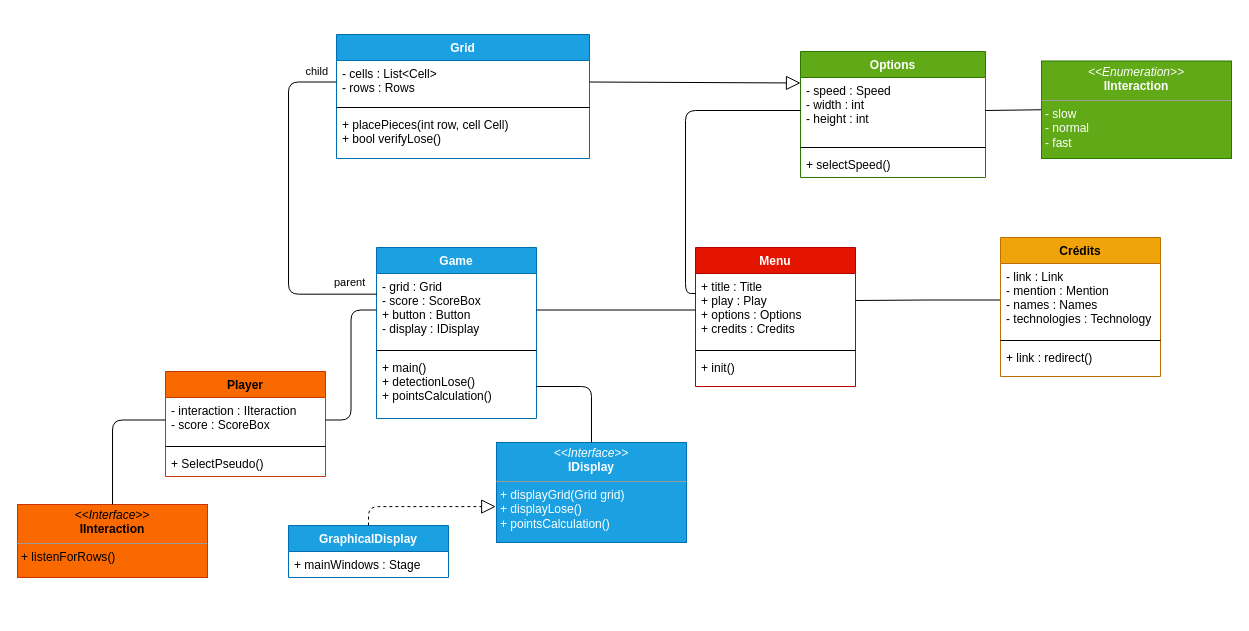
Earlier version of the draw.io diagram Tetris Diagram.drawio (Flodagnas/Tetris). Source tidied: cells renumbered, new cells numbered last; positions are measured from the earlier drawing's top-left corner, leaving out a move shared by most shapes. Both pictures are drawn from the tidied source at 100%, with x=0, y=0 at pixel (17, 34).
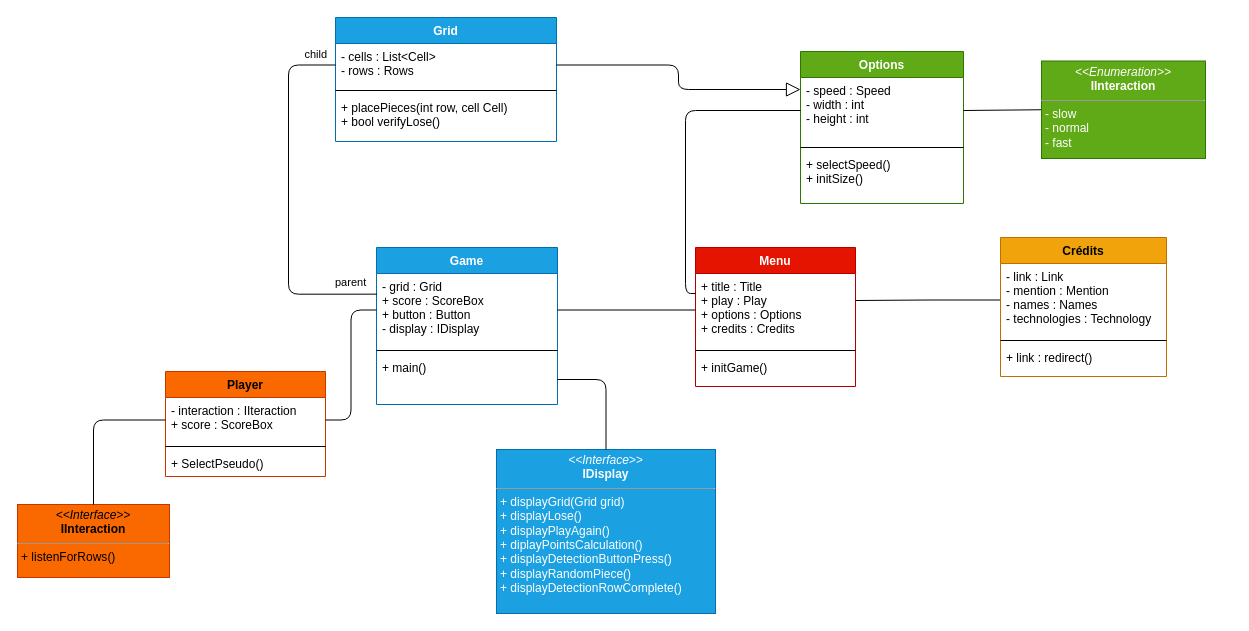
Above is the later version.

The change refers to these unchanged cells:
```xml
<mxCell id="2" value="Menu" style="swimlane;fontStyle=1;align=center;verticalAlign=top;horizontal=1;startSize=26;fontSize=12;fillColor=#e51400;strokeColor=#B20000;fontColor=#ffffff;" parent="1" vertex="1">
  <mxGeometry x="678" y="213" width="160" height="139" as="geometry" />
</mxCell>
<mxCell id="36" value="Player" style="swimlane;fontStyle=1;align=center;verticalAlign=top;horizontal=1;startSize=26;fillColor=#fa6800;strokeColor=#C73500;fontColor=#000000;" parent="1" vertex="1">
  <mxGeometry x="148" y="337" width="160" height="105" as="geometry" />
</mxCell>
```

The edit, as a diff of the source:
```diff
@@
-    <mxCell id="5" value="+ init()" style="text;strokeColor=none;fillColor=none;align=left;verticalAlign=top;spacingLeft=4;spacingRight=4;overflow=hidden;fontSize=12;" parent="2" vertex="1">
+    <mxCell id="5" value="+ initGame()" style="text;strokeColor=none;fillColor=none;align=left;verticalAlign=top;spacingLeft=4;spacingRight=4;overflow=hidden;fontSize=12;" parent="2" vertex="1">
       <mxGeometry y="107" width="160" height="32" as="geometry" />
     </mxCell>
     <mxCell id="6" value="Game" style="swimlane;fontStyle=1;align=center;verticalAlign=top;horizontal=1;startSize=26;fontSize=12;fillColor=#1ba1e2;strokeColor=#006EAF;fontColor=#ffffff;" parent="1" vertex="1">
-      <mxGeometry x="359" y="213" width="160" height="171" as="geometry" />
+      <mxGeometry x="359" y="213" width="181" height="157" as="geometry" />
     </mxCell>
-    <mxCell id="7" value="- grid : Grid&#10;- score : ScoreBox&#10;+ button : Button&#10;- display : IDisplay" style="text;strokeColor=none;fillColor=none;align=left;verticalAlign=top;spacingLeft=4;spacingRight=4;overflow=hidden;points=[[0,0.5],[1,0.5]];portConstraint=eastwest;fontSize=12;" parent="6" vertex="1">
-      <mxGeometry y="26" width="160" height="73" as="geometry" />
+    <mxCell id="7" value="- grid : Grid&#10;+ score : ScoreBox&#10;+ button : Button&#10;- display : IDisplay" style="text;strokeColor=none;fillColor=none;align=left;verticalAlign=top;spacingLeft=4;spacingRight=4;overflow=hidden;points=[[0,0.5],[1,0.5]];portConstraint=eastwest;fontSize=12;" parent="6" vertex="1">
+      <mxGeometry y="26" width="181" height="73" as="geometry" />
     </mxCell>
     <mxCell id="8" style="line;strokeWidth=1;fillColor=none;align=left;verticalAlign=middle;spacingTop=-1;spacingLeft=3;spacingRight=3;labelPosition=right;fontSize=12;" parent="6" vertex="1">
-      <mxGeometry y="99" width="160" height="8" as="geometry" />
+      <mxGeometry y="99" width="181" height="8" as="geometry" />
     </mxCell>
-    <mxCell id="9" value="+ main()&#10;+ detectionLose()&#10;+ pointsCalculation()" style="text;strokeColor=none;fillColor=none;align=left;verticalAlign=top;spacingLeft=4;spacingRight=4;overflow=hidden;points=[[0,0.5],[1,0.5]];portConstraint=eastwest;fontSize=12;" parent="6" vertex="1">
-      <mxGeometry y="107" width="160" height="64" as="geometry" />
+    <mxCell id="9" value="+ main()" style="text;strokeColor=none;fillColor=none;align=left;verticalAlign=top;spacingLeft=4;spacingRight=4;overflow=hidden;points=[[0,0.5],[1,0.5]];portConstraint=eastwest;fontSize=12;" parent="6" vertex="1">
+      <mxGeometry y="107" width="181" height="50" as="geometry" />
     </mxCell>
     <mxCell id="10" value="Options" style="swimlane;fontStyle=1;align=center;verticalAlign=top;horizontal=1;startSize=26;fontSize=12;fillColor=#60a917;strokeColor=#2D7600;fontColor=#ffffff;" parent="1" vertex="1">
-      <mxGeometry x="783" y="17" width="185" height="126" as="geometry" />
+      <mxGeometry x="783" y="17" width="163" height="152" as="geometry" />
     </mxCell>
     <mxCell id="11" value="- speed : Speed&#10;- width : int&#10;- height : int" style="text;strokeColor=none;fillColor=none;align=left;verticalAlign=top;spacingLeft=4;spacingRight=4;overflow=hidden;points=[[0,0.5],[1,0.5]];portConstraint=eastwest;fontSize=12;" parent="10" vertex="1">
-      <mxGeometry y="26" width="185" height="66" as="geometry" />
+      <mxGeometry y="26" width="163" height="66" as="geometry" />
     </mxCell>
     <mxCell id="12" style="line;strokeWidth=1;fillColor=none;align=left;verticalAlign=middle;spacingTop=-1;spacingLeft=3;spacingRight=3;labelPosition=right;fontSize=12;" parent="10" vertex="1">
-      <mxGeometry y="92" width="185" height="8" as="geometry" />
+      <mxGeometry y="92" width="163" height="8" as="geometry" />
     </mxCell>
-    <mxCell id="13" value="+ selectSpeed()" style="text;strokeColor=none;fillColor=none;align=left;verticalAlign=top;spacingLeft=4;spacingRight=4;overflow=hidden;fontSize=12;" parent="10" vertex="1">
-      <mxGeometry y="100" width="185" height="26" as="geometry" />
+    <mxCell id="13" value="+ selectSpeed()&#10;+ initSize()" style="text;strokeColor=none;fillColor=none;align=left;verticalAlign=top;spacingLeft=4;spacingRight=4;overflow=hidden;fontSize=12;" parent="10" vertex="1">
+      <mxGeometry y="100" width="163" height="52" as="geometry" />
     </mxCell>
@@
     <mxCell id="15" value="&lt;p style=&quot;margin: 0px ; margin-top: 4px ; text-align: center&quot;&gt;&lt;i&gt;&amp;lt;&amp;lt;Enumeration&amp;gt;&amp;gt;&lt;/i&gt;&lt;br&gt;&lt;b&gt;IInteraction&lt;/b&gt;&lt;/p&gt;&lt;hr size=&quot;1&quot;&gt;&lt;p style=&quot;margin: 0px ; margin-left: 4px&quot;&gt;- slow&lt;/p&gt;&lt;p style=&quot;margin: 0px ; margin-left: 4px&quot;&gt;- normal&lt;/p&gt;&lt;p style=&quot;margin: 0px ; margin-left: 4px&quot;&gt;- fast&lt;/p&gt;&lt;p style=&quot;margin: 0px ; margin-left: 4px&quot;&gt;&lt;br&gt;&lt;/p&gt;" style="verticalAlign=top;align=left;overflow=fill;fontSize=12;fontFamily=Helvetica;html=1;fillColor=#60a917;strokeColor=#2D7600;fontColor=#ffffff;" parent="1" vertex="1">
-      <mxGeometry x="1024" y="26.5" width="190" height="97.5" as="geometry" />
+      <mxGeometry x="1024" y="26.5" width="164" height="97.5" as="geometry" />
     </mxCell>
-    <mxCell id="16" value="&lt;p style=&quot;margin: 0px ; margin-top: 4px ; text-align: center&quot;&gt;&lt;i&gt;&amp;lt;&amp;lt;Interface&amp;gt;&amp;gt;&lt;/i&gt;&lt;br&gt;&lt;b&gt;IDisplay&lt;/b&gt;&lt;/p&gt;&lt;hr size=&quot;1&quot;&gt;&lt;p style=&quot;margin: 0px ; margin-left: 4px&quot;&gt;&lt;/p&gt;&lt;p style=&quot;margin: 0px ; margin-left: 4px&quot;&gt;+ displayGrid(Grid grid)&lt;/p&gt;&lt;p style=&quot;margin: 0px ; margin-left: 4px&quot;&gt;+ d&lt;span&gt;isplayLose()&lt;/span&gt;&lt;/p&gt;&lt;p style=&quot;margin: 0px ; margin-left: 4px&quot;&gt;&lt;span&gt;+ pointsCalculation()&lt;/span&gt;&lt;/p&gt;" style="verticalAlign=top;align=left;overflow=fill;fontSize=12;fontFamily=Helvetica;html=1;fillColor=#1ba1e2;strokeColor=#006EAF;fontColor=#ffffff;" parent="1" vertex="1">
-      <mxGeometry x="479" y="408" width="190" height="100" as="geometry" />
+    <mxCell id="16" value="&lt;p style=&quot;margin: 0px ; margin-top: 4px ; text-align: center&quot;&gt;&lt;i&gt;&amp;lt;&amp;lt;Interface&amp;gt;&amp;gt;&lt;/i&gt;&lt;br&gt;&lt;b&gt;IDisplay&lt;/b&gt;&lt;/p&gt;&lt;hr size=&quot;1&quot;&gt;&lt;p style=&quot;margin: 0px ; margin-left: 4px&quot;&gt;&lt;/p&gt;&lt;p style=&quot;margin: 0px ; margin-left: 4px&quot;&gt;&lt;span&gt;+ displayGrid(Grid grid)&lt;/span&gt;&lt;br&gt;&lt;/p&gt;&lt;p style=&quot;margin: 0px ; margin-left: 4px&quot;&gt;+ d&lt;span&gt;isplayLose()&lt;/span&gt;&lt;/p&gt;&lt;p style=&quot;margin: 0px ; margin-left: 4px&quot;&gt;&lt;span&gt;+ displayPlayAgain()&lt;/span&gt;&lt;/p&gt;&lt;p style=&quot;margin: 0px ; margin-left: 4px&quot;&gt;&lt;span&gt;+ diplayPointsCalculation()&lt;/span&gt;&lt;/p&gt;&lt;p style=&quot;margin: 0px ; margin-left: 4px&quot;&gt;&lt;span&gt;+ displayDetectionButtonPress()&lt;/span&gt;&lt;/p&gt;&lt;p style=&quot;margin: 0px ; margin-left: 4px&quot;&gt;&lt;span&gt;+ displayRandomPiece()&lt;/span&gt;&lt;/p&gt;&lt;p style=&quot;margin: 0px ; margin-left: 4px&quot;&gt;+ displayDetectionRowComplete()&lt;/p&gt;" style="verticalAlign=top;align=left;overflow=fill;fontSize=12;fontFamily=Helvetica;html=1;fillColor=#1ba1e2;strokeColor=#006EAF;fontColor=#ffffff;" parent="1" vertex="1">
+      <mxGeometry x="479" y="415" width="219" height="164" as="geometry" />
     </mxCell>
-    <mxCell id="17" value="GraphicalDisplay" style="swimlane;fontStyle=1;align=center;verticalAlign=top;horizontal=1;startSize=26;fillColor=#1ba1e2;strokeColor=#006EAF;fontColor=#ffffff;" parent="1" vertex="1">
-      <mxGeometry x="271" y="491" width="160" height="52" as="geometry" />
-    </mxCell>
-    <mxCell id="18" value="+ mainWindows : Stage" style="text;strokeColor=none;fillColor=none;align=left;verticalAlign=top;spacingLeft=4;spacingRight=4;overflow=hidden;" parent="17" vertex="1">
-      <mxGeometry y="26" width="160" height="26" as="geometry" />
-    </mxCell>
     <mxCell id="19" value="Grid" style="swimlane;fontStyle=1;align=center;verticalAlign=top;horizontal=1;startSize=26;fillColor=#1ba1e2;strokeColor=#006EAF;fontColor=#ffffff;" parent="1" vertex="1">
-      <mxGeometry x="319" width="253" height="124" as="geometry" />
+      <mxGeometry x="318" y="-17" width="221" height="124" as="geometry" />
     </mxCell>
     <mxCell id="20" value="- cells : List&lt;Cell&gt;&#10;- rows : Rows" style="text;strokeColor=none;fillColor=none;align=left;verticalAlign=top;spacingLeft=4;spacingRight=4;overflow=hidden;points=[[0,0.5],[1,0.5]];portConstraint=eastwest;" parent="19" vertex="1">
-      <mxGeometry y="26" width="253" height="43" as="geometry" />
+      <mxGeometry y="26" width="221" height="43" as="geometry" />
     </mxCell>
     <mxCell id="21" style="line;strokeWidth=1;fillColor=none;align=left;verticalAlign=middle;spacingTop=-1;spacingLeft=3;spacingRight=3;labelPosition=right;" parent="19" vertex="1">
-      <mxGeometry y="69" width="253" height="8" as="geometry" />
+      <mxGeometry y="69" width="221" height="8" as="geometry" />
     </mxCell>
     <mxCell id="22" value="+ placePieces(int row, cell Cell)&#10;+ bool verifyLose()" style="text;strokeColor=none;fillColor=none;align=left;verticalAlign=top;spacingLeft=4;spacingRight=4;overflow=hidden;" parent="19" vertex="1">
-      <mxGeometry y="77" width="253" height="47" as="geometry" />
+      <mxGeometry y="77" width="221" height="47" as="geometry" />
     </mxCell>
@@
     <mxCell id="28" value="&lt;p style=&quot;margin: 0px ; margin-top: 4px ; text-align: center&quot;&gt;&lt;i&gt;&amp;lt;&amp;lt;Interface&amp;gt;&amp;gt;&lt;/i&gt;&lt;br&gt;&lt;b&gt;IInteraction&lt;/b&gt;&lt;/p&gt;&lt;hr size=&quot;1&quot;&gt;&lt;p style=&quot;margin: 0px ; margin-left: 4px&quot;&gt;&lt;/p&gt;&lt;p style=&quot;margin: 0px ; margin-left: 4px&quot;&gt;+ listenForRows&lt;span&gt;()&lt;/span&gt;&lt;/p&gt;" style="verticalAlign=top;align=left;overflow=fill;fontSize=12;fontFamily=Helvetica;html=1;fillColor=#fa6800;strokeColor=#C73500;fontColor=#000000;" parent="1" vertex="1">
-      <mxGeometry y="470" width="190" height="73" as="geometry" />
+      <mxGeometry y="470" width="152" height="73" as="geometry" />
     </mxCell>
-    <mxCell id="29" style="endArrow=block;dashed=1;endFill=0;endSize=12;html=1;entryX=-0.004;entryY=0.641;entryDx=0;entryDy=0;exitX=0.5;exitY=0;exitDx=0;exitDy=0;edgeStyle=orthogonalEdgeStyle;entryPerimeter=0;" parent="1" edge="1" source="17" target="16">
-      <mxGeometry relative="1" as="geometry" />
-    </mxCell>
-    <mxCell id="30" style="endArrow=block;endFill=0;endSize=12;html=1;exitX=1;exitY=0.5;exitDx=0;exitDy=0;entryX=0;entryY=0.25;entryDx=0;entryDy=0;" parent="1" edge="1" source="20" target="10">
+    <mxCell id="30" style="endArrow=block;endFill=0;endSize=12;html=1;exitX=1;exitY=0.5;exitDx=0;exitDy=0;entryX=0;entryY=0.25;entryDx=0;entryDy=0;edgeStyle=orthogonalEdgeStyle;" parent="1" edge="1" source="20" target="10">
       <mxGeometry relative="1" as="geometry" />
     </mxCell>
@@
     <mxCell id="32" value="Crédits" style="swimlane;fontStyle=1;align=center;verticalAlign=top;horizontal=1;startSize=26;fontSize=12;fillColor=#f0a30a;strokeColor=#BD7000;fontColor=#000000;" parent="1" vertex="1">
-      <mxGeometry x="983" y="203" width="160" height="139" as="geometry" />
+      <mxGeometry x="983" y="203" width="166" height="139" as="geometry" />
     </mxCell>
     <mxCell id="33" value="- link : Link&#10;- mention : Mention&#10;- names : Names&#10;- technologies : Technology" style="text;strokeColor=none;fillColor=none;align=left;verticalAlign=top;spacingLeft=4;spacingRight=4;overflow=hidden;points=[[0,0.5],[1,0.5]];portConstraint=eastwest;fontSize=12;" parent="32" vertex="1">
-      <mxGeometry y="26" width="160" height="73" as="geometry" />
+      <mxGeometry y="26" width="166" height="73" as="geometry" />
     </mxCell>
     <mxCell id="34" style="line;strokeWidth=1;fillColor=none;align=left;verticalAlign=middle;spacingTop=-1;spacingLeft=3;spacingRight=3;labelPosition=right;fontSize=12;" parent="32" vertex="1">
-      <mxGeometry y="99" width="160" height="8" as="geometry" />
+      <mxGeometry y="99" width="166" height="8" as="geometry" />
     </mxCell>
     <mxCell id="35" value="+ link : redirect()" style="text;strokeColor=none;fillColor=none;align=left;verticalAlign=top;spacingLeft=4;spacingRight=4;overflow=hidden;fontSize=12;" parent="32" vertex="1">
-      <mxGeometry y="107" width="160" height="32" as="geometry" />
+      <mxGeometry y="107" width="166" height="32" as="geometry" />
     </mxCell>
@@
-    <mxCell id="37" value="- interaction : IIteraction&#10;- score : ScoreBox" style="text;strokeColor=none;fillColor=none;align=left;verticalAlign=top;spacingLeft=4;spacingRight=4;overflow=hidden;points=[[0,0.5],[1,0.5]];portConstraint=eastwest;" parent="36" vertex="1">
+    <mxCell id="37" value="- interaction : IIteraction&#10;+ score : ScoreBox" style="text;strokeColor=none;fillColor=none;align=left;verticalAlign=top;spacingLeft=4;spacingRight=4;overflow=hidden;points=[[0,0.5],[1,0.5]];portConstraint=eastwest;" parent="36" vertex="1">
       <mxGeometry y="26" width="160" height="45" as="geometry" />
     </mxCell>
@@
     <mxCell id="42" style="endArrow=none;html=1;edgeStyle=orthogonalEdgeStyle;entryX=0;entryY=0.5;entryDx=0;entryDy=0;exitX=0.003;exitY=0.283;exitDx=0;exitDy=0;exitPerimeter=0;" parent="1" edge="1" source="7" target="20">
       <mxGeometry relative="1" as="geometry">
         <Array as="points">
           <mxPoint x="271" y="260" />
-          <mxPoint x="271" y="48" />
+          <mxPoint x="271" y="31" />
         </Array>
       </mxGeometry>
     </mxCell>
```
